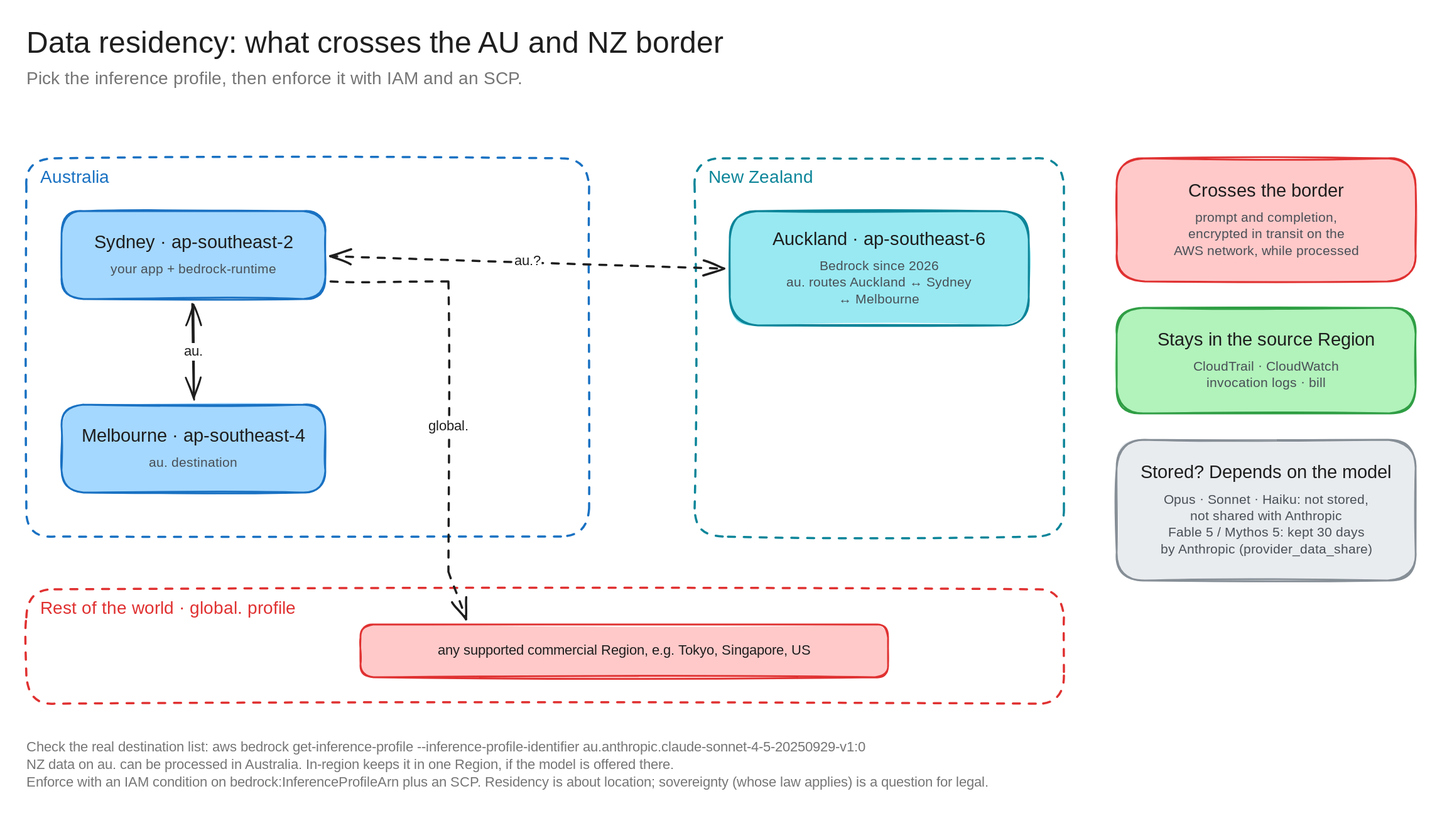
The Excalidraw diagram architecture-diagrams/claude-anz-infra-excalidraw/diagrams/c7-residency.excalidraw.svg in bsnehanshu/slides, before a commit. Source tidied: one line per element, renumbered; positions are measured from the earlier drawing's top-left corner, leaving out a move shared by most shapes.
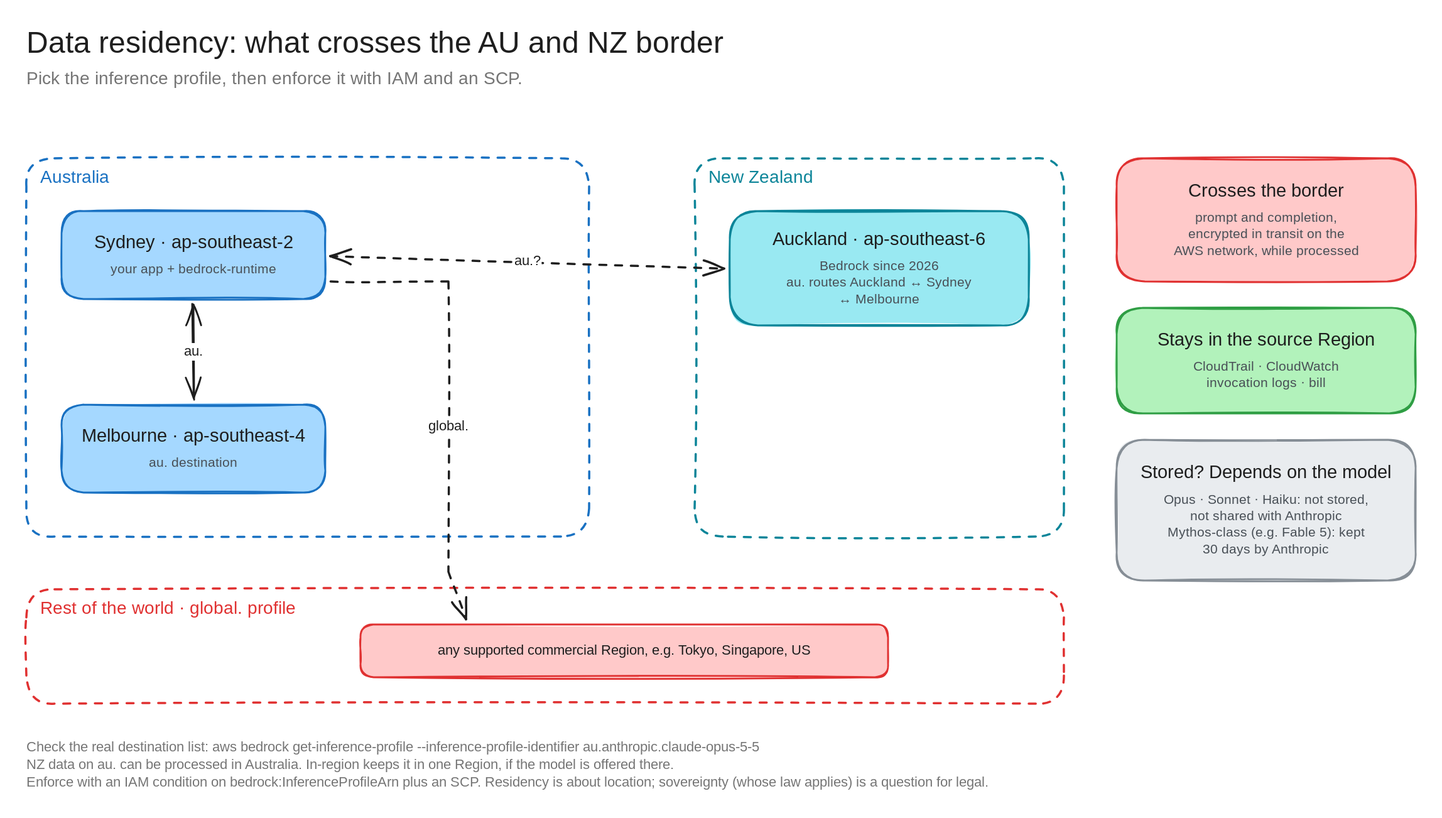
After the commit.

Diff of the diagram source:
```diff
@@ -31,5 +31,5 @@
 {"id": 30, "type": "text", "text": "CloudTrail · CloudWatch\ninvocation logs · bill", "strokeColor": "#495057", "strokeWidth": 2, "roughness": 1, "fontSize": 15, "fontFamily": 5, "textAlign": "center", "x": 1324, "y": 378, "width": 173, "height": 38}
 {"id": 31, "type": "rectangle", "strokeColor": "#868e96", "backgroundColor": "#e9ecef", "fillStyle": "solid", "strokeWidth": 2, "roughness": 1, "round": true, "x": 1240, "y": 470, "width": 340, "height": 160}
 {"id": 32, "type": "text", "text": "Stored? Depends on the model", "strokeColor": "#1e1e1e", "strokeWidth": 2, "roughness": 1, "fontSize": 21, "fontFamily": 5, "textAlign": "center", "x": 1253, "y": 495, "width": 314, "height": 26}
-{"id": 33, "type": "text", "text": "Opus · Sonnet · Haiku: not stored,\nnot shared with Anthropic\nFable 5 / Mythos 5: kept 30 days\nby Anthropic (provider_data_share)", "strokeColor": "#495057", "strokeWidth": 2, "roughness": 1, "fontSize": 15, "fontFamily": 5, "textAlign": "center", "x": 1278, "y": 530, "width": 265, "height": 75}
+{"id": 33, "type": "text", "text": "Opus · Sonnet · Haiku: not stored,\nnot shared with Anthropic\nMythos-class (e.g. Fable 5): kept\n30 days by Anthropic", "strokeColor": "#495057", "strokeWidth": 2, "roughness": 1, "fontSize": 15, "fontFamily": 5, "textAlign": "center", "x": 1286, "y": 530, "width": 249, "height": 75}
-{"id": 34, "type": "text", "text": "Check the real destination list: aws bedrock get-inference-profile --inference-profile-identifier au.anthropic.claude-sonnet-4-5-20250929-v1:0\nNZ data on au. can be processed in Australia. In-region keeps it in one Region, if the model is offered there.\nEnforce with an IAM condition on bedrock:InferenceProfileArn plus an SCP. Residency is about location; sovereignty (whose law applies) is a question for legal.", "strokeColor": "#757575", "strokeWidth": 2, "roughness": 1, "fontSize": 16, "fontFamily": 5, "x": 0, "y": 810, "width": 1245, "height": 60}
+{"id": 34, "type": "text", "text": "Check the real destination list: aws bedrock get-inference-profile --inference-profile-identifier au.anthropic.claude-opus-5-5\nNZ data on au. can be processed in Australia. In-region keeps it in one Region, if the model is offered there.\nEnforce with an IAM condition on bedrock:InferenceProfileArn plus an SCP. Residency is about location; sovereignty (whose law applies) is a question for legal.", "strokeColor": "#757575", "strokeWidth": 2, "roughness": 1, "fontSize": 16, "fontFamily": 5, "x": 0, "y": 810, "width": 1245, "height": 60}
```
